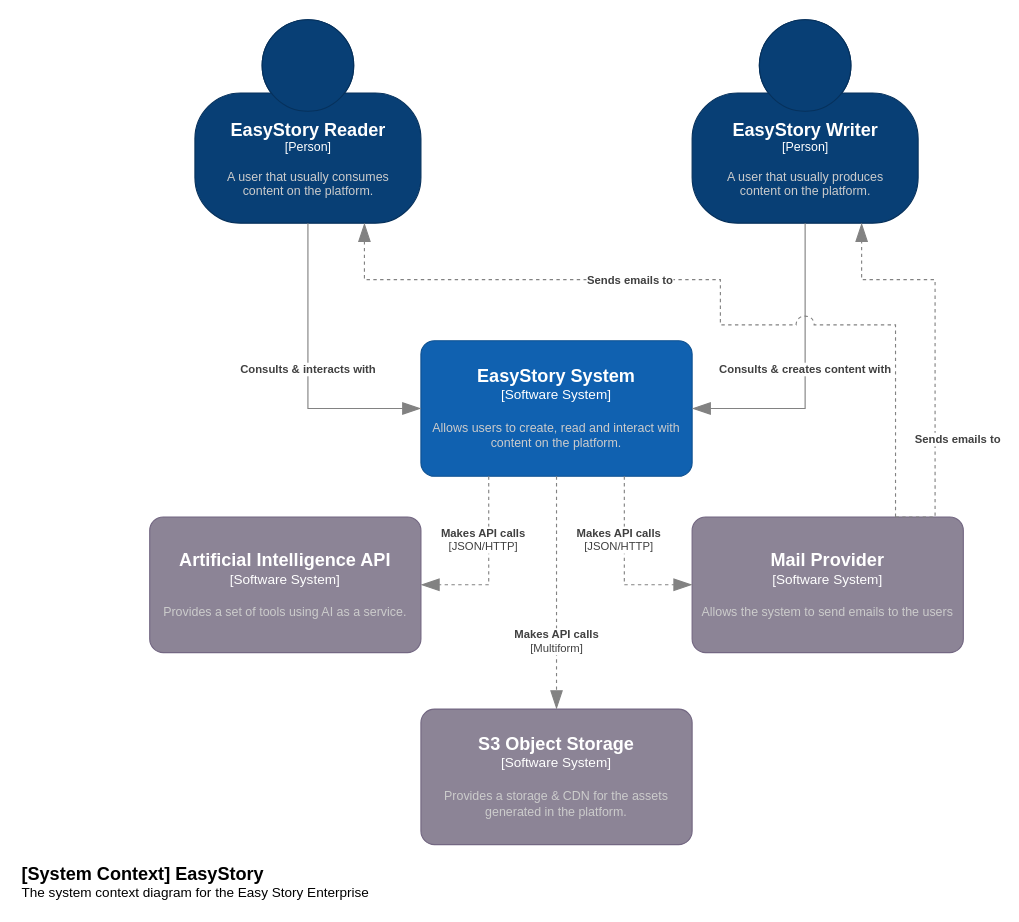
This is page "Context Level" (2 of 4) of software-architecture/Innova Solutions Software Architechture.drawio from Innova-Solutions-UPC/.github, a draw.io file, before an edit. Source tidied: cells renumbered, new cells numbered last; positions are measured from the earlier drawing's top-left corner, leaving out a move shared by most shapes. Both pictures are drawn from the tidied source at 113%, with x=0, y=0 at pixel (19, 19).
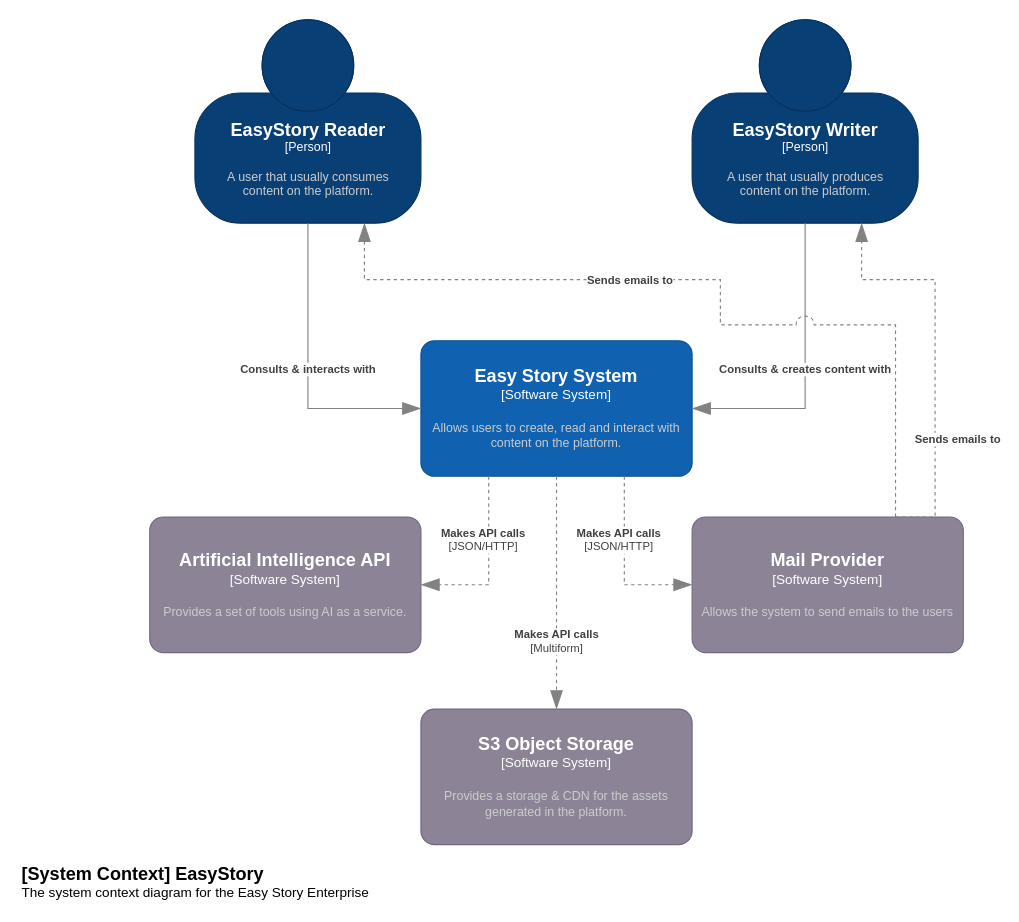
The same diagram, later.

The edit, as a diff of the source:
```diff
@@
-    <object id="4" label="&lt;font style=&quot;font-size: 16px&quot;&gt;&lt;b&gt;%c4Name%&lt;/b&gt;&lt;/font&gt;&lt;div&gt;[%c4Type%]&lt;/div&gt;&lt;br&gt;&lt;div&gt;&lt;font style=&quot;font-size: 11px&quot;&gt;&lt;font color=&quot;#cccccc&quot;&gt;%c4Description%&lt;/font&gt;&lt;/div&gt;" c4Description="Allows users to create, read and interact with content on the platform." c4Name="EasyStory System" c4Type="Software System" placeholders="1">
+    <object id="4" label="&lt;font style=&quot;font-size: 16px&quot;&gt;&lt;b&gt;%c4Name%&lt;/b&gt;&lt;/font&gt;&lt;div&gt;[%c4Type%]&lt;/div&gt;&lt;br&gt;&lt;div&gt;&lt;font style=&quot;font-size: 11px&quot;&gt;&lt;font color=&quot;#cccccc&quot;&gt;%c4Description%&lt;/font&gt;&lt;/div&gt;" c4Description="Allows users to create, read and interact with content on the platform." c4Name="Easy Story System" c4Type="Software System" placeholders="1">
       <mxCell style="rounded=1;whiteSpace=wrap;html=1;labelBackgroundColor=none;fillColor=#1061B0;fontColor=#ffffff;align=center;arcSize=10;strokeColor=#0D5091;points=[[0.25,0,0],[0.5,0,0],[0.75,0,0],[1,0.25,0],[1,0.5,0],[1,0.75,0],[0.75,1,0],[0.5,1,0],[0.25,1,0],[0,0.75,0],[0,0.5,0],[0,0.25,0]];" parent="1" vertex="1">
         <mxGeometry x="355" y="284" width="240" height="120" as="geometry" />
       </mxCell>
     </object>
```
